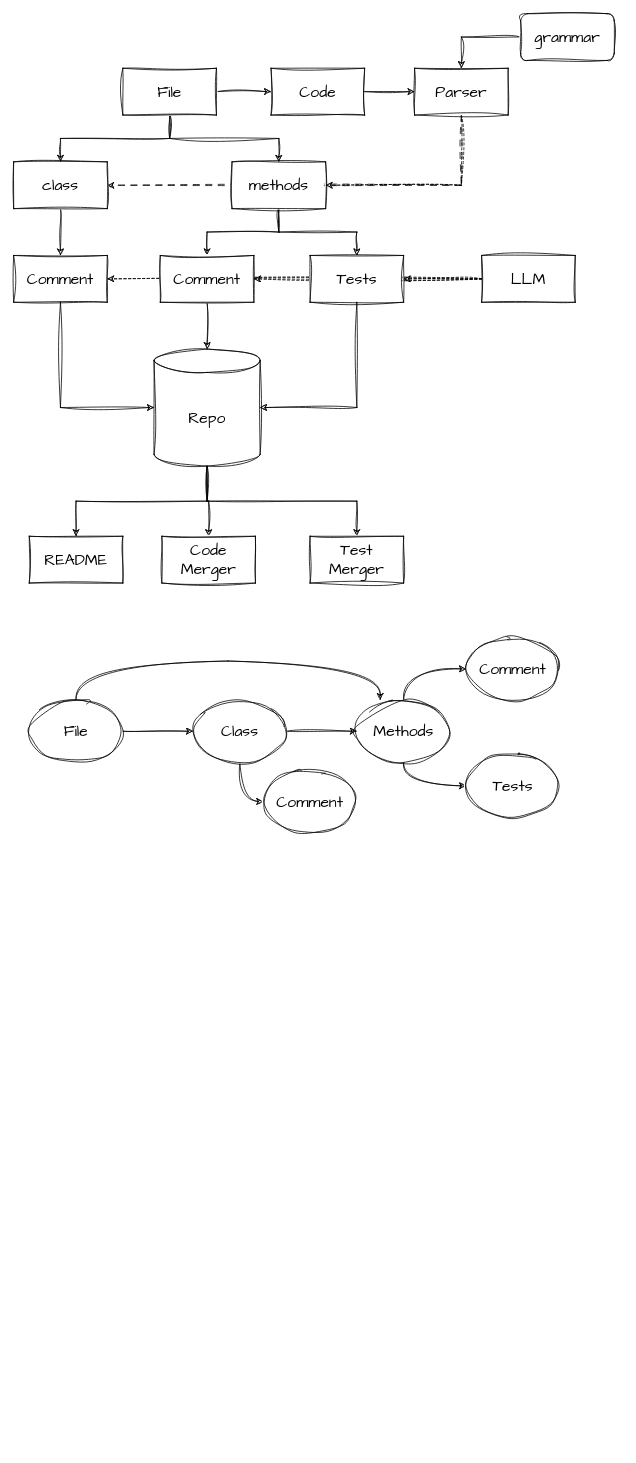
servierhub/prose keeps this draw.io diagram as docs/Prose.drawio. Above is the earlier version. Source tidied: cells renumbered, new cells numbered last; positions are measured from the earlier drawing's top-left corner, leaving out a move shared by most shapes. Both pictures are drawn from the tidied source at 78%, with x=0, y=0 at pixel (13, 13). Pictures stored in the file or linked from it are replaced by grey dashed boxes.
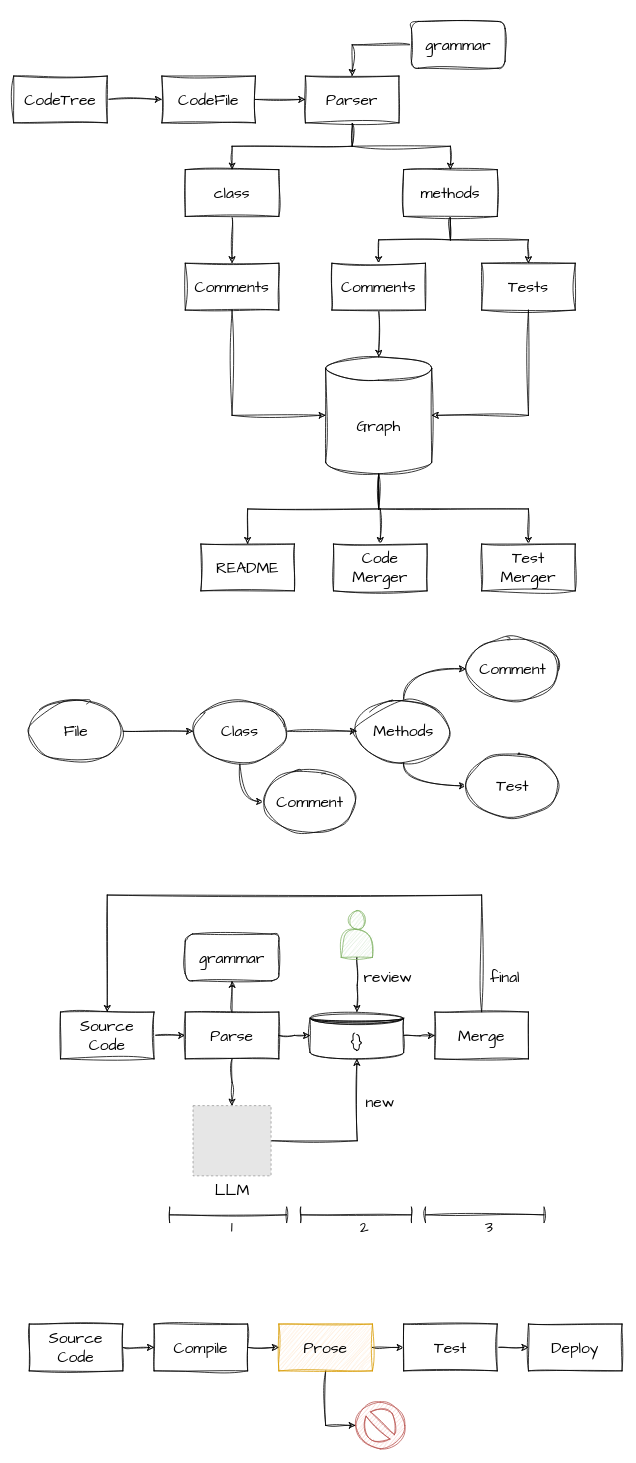
The same page after the edit.

Unchanged cells that the change refers to:
```xml
<mxCell id="28" value="File" style="ellipse;whiteSpace=wrap;html=1;sketch=1;hachureGap=4;jiggle=2;curveFitting=1;fontFamily=Architects Daughter;fontSize=20;" parent="1" vertex="1">
  <mxGeometry x="20" y="880" width="120" height="80" as="geometry" />
</mxCell>
<mxCell id="34" value="Methods" style="ellipse;whiteSpace=wrap;html=1;sketch=1;hachureGap=4;jiggle=2;curveFitting=1;fontFamily=Architects Daughter;fontSize=20;" parent="1" vertex="1">
  <mxGeometry x="440" y="880" width="120" height="80" as="geometry" />
</mxCell>
```

What changed in the source:
```diff
@@
-    <mxCell id="2" style="edgeStyle=orthogonalEdgeStyle;rounded=0;sketch=1;hachureGap=4;jiggle=2;curveFitting=1;jettySize=auto;html=1;fontFamily=Architects Daughter;fontSize=16;exitX=0.5;exitY=1;exitDx=0;exitDy=0;" parent="1" edge="1" source="24" target="44">
+    <mxCell id="2" style="edgeStyle=orthogonalEdgeStyle;rounded=0;sketch=1;hachureGap=4;jiggle=2;curveFitting=1;jettySize=auto;html=1;fontFamily=Architects Daughter;fontSize=16;exitX=0.5;exitY=1;exitDx=0;exitDy=0;" parent="1" edge="1" source="12" target="44">
       <mxGeometry relative="1" as="geometry" />
     </mxCell>
-    <mxCell id="3" value="Code" style="rounded=0;whiteSpace=wrap;html=1;sketch=1;hachureGap=4;jiggle=2;curveFitting=1;fontFamily=Architects Daughter;fontSize=20;" parent="1" vertex="1">
-      <mxGeometry x="330" y="70" width="120" height="60" as="geometry" />
+    <mxCell id="3" value="CodeFile" style="rounded=0;whiteSpace=wrap;html=1;sketch=1;hachureGap=4;jiggle=2;curveFitting=1;fontFamily=Architects Daughter;fontSize=20;" parent="1" vertex="1">
+      <mxGeometry x="190" y="80" width="120" height="60" as="geometry" />
     </mxCell>
@@
+    <mxCell id="44" value="methods" style="rounded=0;whiteSpace=wrap;html=1;sketch=1;hachureGap=4;jiggle=2;curveFitting=1;fontFamily=Architects Daughter;fontSize=20;" parent="1" vertex="1">
+      <mxGeometry x="500" y="200" width="120" height="60" as="geometry" />
+    </mxCell>
@@
+    <mxCell id="45" value="Comments" style="rounded=0;whiteSpace=wrap;html=1;sketch=1;hachureGap=4;jiggle=2;curveFitting=1;fontFamily=Architects Daughter;fontSize=20;" parent="1" vertex="1">
+      <mxGeometry x="408" y="320" width="120" height="60" as="geometry" />
+    </mxCell>
@@
+    <mxCell id="46" value="Tests" style="rounded=0;whiteSpace=wrap;html=1;sketch=1;hachureGap=4;jiggle=2;curveFitting=1;fontFamily=Architects Daughter;fontSize=20;" parent="1" vertex="1">
+      <mxGeometry x="600" y="320" width="120" height="60" as="geometry" />
+    </mxCell>
@@
-    <mxCell id="9" style="edgeStyle=orthogonalEdgeStyle;rounded=0;sketch=1;hachureGap=4;jiggle=2;curveFitting=1;jettySize=auto;html=1;fontFamily=Architects Daughter;fontSize=16;exitX=0.5;exitY=1;exitDx=0;exitDy=0;" parent="1" edge="1" source="24" target="14">
+    <mxCell id="9" style="edgeStyle=orthogonalEdgeStyle;rounded=0;sketch=1;hachureGap=4;jiggle=2;curveFitting=1;jettySize=auto;html=1;fontFamily=Architects Daughter;fontSize=16;exitX=0.5;exitY=1;exitDx=0;exitDy=0;" parent="1" edge="1" source="12" target="14">
       <mxGeometry relative="1" as="geometry" />
     </mxCell>
-    <mxCell id="10" style="edgeStyle=orthogonalEdgeStyle;rounded=0;sketch=1;hachureGap=4;jiggle=2;curveFitting=1;jettySize=auto;html=1;entryX=1;entryY=0.5;entryDx=0;entryDy=0;fontFamily=Architects Daughter;fontSize=16;dashed=1;exitX=0.5;exitY=1;exitDx=0;exitDy=0;" parent="1" edge="1" source="12" target="44">
-      <mxGeometry relative="1" as="geometry">
-        <Array as="points">
-          <mxPoint x="574" y="220" />
-        </Array>
-      </mxGeometry>
-    </mxCell>
-    <mxCell id="11" style="edgeStyle=orthogonalEdgeStyle;rounded=0;sketch=1;hachureGap=4;jiggle=2;curveFitting=1;jettySize=auto;html=1;entryX=1;entryY=0.5;entryDx=0;entryDy=0;fontFamily=Architects Daughter;fontSize=16;exitX=0.5;exitY=1;exitDx=0;exitDy=0;dashed=1;dashPattern=8 8;" parent="1" edge="1" source="12" target="14">
-      <mxGeometry relative="1" as="geometry" />
-    </mxCell>
     <mxCell id="12" value="Parser" style="rounded=0;whiteSpace=wrap;html=1;sketch=1;hachureGap=4;jiggle=2;curveFitting=1;fontFamily=Architects Daughter;fontSize=20;" parent="1" vertex="1">
-      <mxGeometry x="514" y="70" width="120" height="60" as="geometry" />
+      <mxGeometry x="374" y="80" width="120" height="60" as="geometry" />
     </mxCell>
@@
     <mxCell id="14" value="class" style="rounded=0;whiteSpace=wrap;html=1;sketch=1;hachureGap=4;jiggle=2;curveFitting=1;fontFamily=Architects Daughter;fontSize=20;" parent="1" vertex="1">
-      <mxGeometry y="190" width="120" height="60" as="geometry" />
+      <mxGeometry x="220" y="200" width="120" height="60" as="geometry" />
     </mxCell>
@@
-    <mxCell id="16" value="Comment" style="rounded=0;whiteSpace=wrap;html=1;sketch=1;hachureGap=4;jiggle=2;curveFitting=1;fontFamily=Architects Daughter;fontSize=20;" parent="1" vertex="1">
-      <mxGeometry y="310" width="120" height="60" as="geometry" />
+    <mxCell id="16" value="Comments" style="rounded=0;whiteSpace=wrap;html=1;sketch=1;hachureGap=4;jiggle=2;curveFitting=1;fontFamily=Architects Daughter;fontSize=20;" parent="1" vertex="1">
+      <mxGeometry x="220" y="320" width="120" height="60" as="geometry" />
     </mxCell>
@@
-    <mxCell id="20" value="Repo" style="shape=cylinder3;whiteSpace=wrap;html=1;boundedLbl=1;backgroundOutline=1;size=15;sketch=1;hachureGap=4;jiggle=2;curveFitting=1;fontFamily=Architects Daughter;fontSize=20;" parent="1" vertex="1">
-      <mxGeometry x="180" y="430" width="136" height="150" as="geometry" />
+    <mxCell id="20" value="Graph" style="shape=cylinder3;whiteSpace=wrap;html=1;boundedLbl=1;backgroundOutline=1;size=15;sketch=1;hachureGap=4;jiggle=2;curveFitting=1;fontFamily=Architects Daughter;fontSize=20;" parent="1" vertex="1">
+      <mxGeometry x="400" y="440" width="136" height="150" as="geometry" />
     </mxCell>
     <mxCell id="21" value="Code&lt;br&gt;Merger" style="rounded=0;whiteSpace=wrap;html=1;sketch=1;hachureGap=4;jiggle=2;curveFitting=1;fontFamily=Architects Daughter;fontSize=20;" parent="1" vertex="1">
-      <mxGeometry x="190" y="670" width="120" height="60" as="geometry" />
+      <mxGeometry x="410" y="680" width="120" height="60" as="geometry" />
     </mxCell>
     <mxCell id="22" value="Test&lt;br&gt;Merger" style="rounded=0;whiteSpace=wrap;html=1;sketch=1;hachureGap=4;jiggle=2;curveFitting=1;fontFamily=Architects Daughter;fontSize=20;" parent="1" vertex="1">
-      <mxGeometry x="380" y="670" width="120" height="60" as="geometry" />
+      <mxGeometry x="600" y="680" width="120" height="60" as="geometry" />
     </mxCell>
@@
-    <mxCell id="24" value="File" style="rounded=0;whiteSpace=wrap;html=1;sketch=1;hachureGap=4;jiggle=2;curveFitting=1;fontFamily=Architects Daughter;fontSize=20;" parent="1" vertex="1">
-      <mxGeometry x="140" y="70" width="120" height="60" as="geometry" />
+    <mxCell id="24" value="CodeTree" style="rounded=0;whiteSpace=wrap;html=1;sketch=1;hachureGap=4;jiggle=2;curveFitting=1;fontFamily=Architects Daughter;fontSize=20;" parent="1" vertex="1">
+      <mxGeometry y="80" width="120" height="60" as="geometry" />
     </mxCell>
     <mxCell id="25" value="README" style="rounded=0;whiteSpace=wrap;html=1;sketch=1;hachureGap=4;jiggle=2;curveFitting=1;fontFamily=Architects Daughter;fontSize=20;" parent="1" vertex="1">
-      <mxGeometry x="20" y="670" width="120" height="60" as="geometry" />
+      <mxGeometry x="240" y="680" width="120" height="60" as="geometry" />
     </mxCell>
@@
-    <mxCell id="27" style="edgeStyle=orthogonalEdgeStyle;rounded=0;sketch=1;hachureGap=4;jiggle=2;curveFitting=1;jettySize=auto;html=1;entryX=0.25;entryY=0;entryDx=0;entryDy=0;entryPerimeter=0;fontFamily=Architects Daughter;fontSize=16;curved=1;exitX=0.5;exitY=0;exitDx=0;exitDy=0;" parent="1" edge="1" source="28" target="34">
-      <mxGeometry relative="1" as="geometry">
-        <Array as="points">
-          <mxPoint x="80" y="830" />
-          <mxPoint x="470" y="830" />
-        </Array>
-      </mxGeometry>
-    </mxCell>
@@
-    <mxCell id="36" value="Tests" style="ellipse;whiteSpace=wrap;html=1;sketch=1;hachureGap=4;jiggle=2;curveFitting=1;fontFamily=Architects Daughter;fontSize=20;" parent="1" vertex="1">
+    <mxCell id="36" value="Test" style="ellipse;whiteSpace=wrap;html=1;sketch=1;hachureGap=4;jiggle=2;curveFitting=1;fontFamily=Architects Daughter;fontSize=20;" parent="1" vertex="1">
       <mxGeometry x="580" y="950" width="120" height="80" as="geometry" />
     </mxCell>
@@
     <mxCell id="39" value="grammar" style="rounded=1;whiteSpace=wrap;html=1;sketch=1;hachureGap=4;jiggle=2;curveFitting=1;fontFamily=Architects Daughter;fontSize=20;" parent="1" vertex="1">
-      <mxGeometry x="650" width="120" height="60" as="geometry" />
+      <mxGeometry x="510" y="10" width="120" height="60" as="geometry" />
     </mxCell>
-    <mxCell id="40" style="edgeStyle=orthogonalEdgeStyle;rounded=0;sketch=1;hachureGap=4;jiggle=2;curveFitting=1;jettySize=auto;html=1;entryX=1;entryY=0.5;entryDx=0;entryDy=0;fontFamily=Architects Daughter;fontSize=16;dashed=1;" parent="1" edge="1" source="43" target="46">
-      <mxGeometry relative="1" as="geometry" />
-    </mxCell>
-    <mxCell id="41" style="edgeStyle=orthogonalEdgeStyle;rounded=0;sketch=1;hachureGap=4;jiggle=2;curveFitting=1;jettySize=auto;html=1;fontFamily=Architects Daughter;fontSize=16;dashed=1;" parent="1" edge="1" source="43" target="45">
-      <mxGeometry relative="1" as="geometry" />
-    </mxCell>
-    <mxCell id="42" style="edgeStyle=orthogonalEdgeStyle;rounded=0;sketch=1;hachureGap=4;jiggle=2;curveFitting=1;jettySize=auto;html=1;entryX=1;entryY=0.5;entryDx=0;entryDy=0;fontFamily=Architects Daughter;fontSize=16;dashed=1;" parent="1" edge="1" source="43" target="16">
-      <mxGeometry relative="1" as="geometry" />
-    </mxCell>
+    <mxCell id="47" style="edgeStyle=orthogonalEdgeStyle;rounded=0;hachureGap=4;jettySize=auto;html=1;entryX=0;entryY=0.5;entryDx=0;entryDy=0;fontFamily=Architects Daughter;fontSize=16;sketch=1;curveFitting=1;jiggle=2;" parent="1" edge="1" source="48" target="52">
+      <mxGeometry relative="1" as="geometry" />
+    </mxCell>
+    <mxCell id="48" value="Source&lt;br&gt;Code" style="rounded=0;whiteSpace=wrap;html=1;hachureGap=4;fontFamily=Architects Daughter;fontSize=20;sketch=1;curveFitting=1;jiggle=2;" parent="1" vertex="1">
+      <mxGeometry x="60" y="1280" width="120" height="60" as="geometry" />
+    </mxCell>
+    <mxCell id="49" style="edgeStyle=orthogonalEdgeStyle;rounded=0;hachureGap=4;jettySize=auto;html=1;entryX=0;entryY=0.5;entryDx=0;entryDy=0;fontFamily=Architects Daughter;fontSize=16;sketch=1;curveFitting=1;jiggle=2;" parent="1" edge="1" source="52">
+      <mxGeometry relative="1" as="geometry">
+        <mxPoint x="380" y="1310" as="targetPoint" />
+      </mxGeometry>
+    </mxCell>
+    <mxCell id="50" style="edgeStyle=orthogonalEdgeStyle;rounded=0;hachureGap=4;jettySize=auto;html=1;fontFamily=Architects Daughter;fontSize=16;sketch=1;curveFitting=1;jiggle=2;" parent="1" edge="1" source="52">
+      <mxGeometry relative="1" as="geometry">
+        <mxPoint x="280" y="1400" as="targetPoint" />
+      </mxGeometry>
+    </mxCell>
+    <mxCell id="51" style="edgeStyle=orthogonalEdgeStyle;rounded=0;sketch=1;hachureGap=4;jiggle=2;curveFitting=1;jettySize=auto;html=1;entryX=0.5;entryY=1;entryDx=0;entryDy=0;fontFamily=Architects Daughter;fontSize=16;" parent="1" edge="1" source="52" target="69">
+      <mxGeometry relative="1" as="geometry" />
+    </mxCell>
+    <mxCell id="52" value="Parse" style="rounded=0;whiteSpace=wrap;html=1;hachureGap=4;fontFamily=Architects Daughter;fontSize=20;sketch=1;curveFitting=1;jiggle=2;" parent="1" vertex="1">
+      <mxGeometry x="220" y="1280" width="120" height="60" as="geometry" />
+    </mxCell>
+    <mxCell id="53" style="edgeStyle=orthogonalEdgeStyle;rounded=0;hachureGap=4;jettySize=auto;html=1;entryX=0;entryY=0.5;entryDx=0;entryDy=0;fontFamily=Architects Daughter;fontSize=16;sketch=1;curveFitting=1;jiggle=2;" parent="1" edge="1" target="55">
+      <mxGeometry relative="1" as="geometry">
+        <mxPoint x="500" y="1310" as="sourcePoint" />
+      </mxGeometry>
+    </mxCell>
+    <mxCell id="54" style="edgeStyle=orthogonalEdgeStyle;rounded=0;hachureGap=4;jettySize=auto;html=1;entryX=0.5;entryY=0;entryDx=0;entryDy=0;fontFamily=Architects Daughter;fontSize=16;exitX=0.5;exitY=0;exitDx=0;exitDy=0;sketch=1;curveFitting=1;jiggle=2;" parent="1" edge="1" source="55" target="48">
+      <mxGeometry relative="1" as="geometry">
+        <Array as="points">
+          <mxPoint x="600" y="1130" />
+          <mxPoint x="120" y="1130" />
+        </Array>
+      </mxGeometry>
+    </mxCell>
+    <mxCell id="55" value="Merge" style="rounded=0;whiteSpace=wrap;html=1;hachureGap=4;fontFamily=Architects Daughter;fontSize=20;sketch=1;curveFitting=1;jiggle=2;" parent="1" vertex="1">
+      <mxGeometry x="540" y="1280" width="120" height="60" as="geometry" />
+    </mxCell>
+    <mxCell id="56" style="edgeStyle=orthogonalEdgeStyle;rounded=0;hachureGap=4;jettySize=auto;html=1;entryX=0.5;entryY=1;entryDx=0;entryDy=0;fontFamily=Architects Daughter;fontSize=16;sketch=1;curveFitting=1;jiggle=2;exitX=1;exitY=0.5;exitDx=0;exitDy=0;" parent="1" edge="1" source="43">
+      <mxGeometry relative="1" as="geometry">
+        <mxPoint x="440" y="1340" as="targetPoint" />
+      </mxGeometry>
+    </mxCell>
+    <mxCell id="57" style="edgeStyle=orthogonalEdgeStyle;rounded=0;sketch=1;hachureGap=4;jiggle=2;curveFitting=1;jettySize=auto;html=1;entryX=0.5;entryY=0;entryDx=0;entryDy=0;fontFamily=Architects Daughter;fontSize=16;" parent="1" edge="1" target="59">
+      <mxGeometry relative="1" as="geometry">
+        <mxPoint x="440" y="1210" as="sourcePoint" />
+      </mxGeometry>
+    </mxCell>
+    <mxCell id="58" style="shape=actor;whiteSpace=wrap;html=1;sketch=1;hachureGap=4;jiggle=2;curveFitting=1;fontFamily=Architects Daughter;fontSize=20;fillColor=#d5e8d4;strokeColor=#82b366;" parent="1" vertex="1">
+      <mxGeometry x="420" y="1150" width="40" height="60" as="geometry" />
+    </mxCell>
+    <mxCell id="59" value="{}" style="shape=datastore;whiteSpace=wrap;html=1;sketch=1;hachureGap=4;jiggle=2;curveFitting=1;fontFamily=Architects Daughter;fontSize=20;" parent="1" vertex="1">
+      <mxGeometry x="380" y="1280" width="120" height="60" as="geometry" />
+    </mxCell>
-    <mxCell id="43" value="LLM" style="rounded=0;whiteSpace=wrap;html=1;sketch=1;hachureGap=4;jiggle=2;curveFitting=1;fontFamily=Architects Daughter;fontSize=20;" parent="1" vertex="1">
-      <mxGeometry x="600" y="310" width="120" height="60" as="geometry" />
+    <mxCell id="43" value="LLM" style="fillColor=#E6E6E6;strokeColor=#999999;dashed=1;html=1;verticalLabelPosition=bottom;labelBackgroundColor=#ffffff;verticalAlign=top;fontFamily=Architects Daughter;fontSize=20;" parent="1" vertex="1">
+      <mxGeometry x="230" y="1400" width="100" height="90" as="geometry" />
     </mxCell>
-    <mxCell id="44" value="methods" style="rounded=0;whiteSpace=wrap;html=1;sketch=1;hachureGap=4;jiggle=2;curveFitting=1;fontFamily=Architects Daughter;fontSize=20;" parent="1" vertex="1">
-      <mxGeometry x="280" y="190" width="120" height="60" as="geometry" />
-    </mxCell>
-    <mxCell id="45" value="Comment" style="rounded=0;whiteSpace=wrap;html=1;sketch=1;hachureGap=4;jiggle=2;curveFitting=1;fontFamily=Architects Daughter;fontSize=20;" parent="1" vertex="1">
-      <mxGeometry x="188" y="310" width="120" height="60" as="geometry" />
-    </mxCell>
-    <mxCell id="46" value="Tests" style="rounded=0;whiteSpace=wrap;html=1;sketch=1;hachureGap=4;jiggle=2;curveFitting=1;fontFamily=Architects Daughter;fontSize=20;" parent="1" vertex="1">
-      <mxGeometry x="380" y="310" width="120" height="60" as="geometry" />
-    </mxCell>
+    <mxCell id="60" value="new" style="text;html=1;strokeColor=none;fillColor=none;align=center;verticalAlign=middle;whiteSpace=wrap;rounded=0;fontSize=20;fontFamily=Architects Daughter;" parent="1" vertex="1">
+      <mxGeometry x="440" y="1380" width="60" height="30" as="geometry" />
+    </mxCell>
+    <mxCell id="61" value="review" style="text;html=1;strokeColor=none;fillColor=none;align=center;verticalAlign=middle;whiteSpace=wrap;rounded=0;fontSize=20;fontFamily=Architects Daughter;" parent="1" vertex="1">
+      <mxGeometry x="450" y="1220" width="60" height="30" as="geometry" />
+    </mxCell>
+    <mxCell id="62" value="final" style="text;html=1;strokeColor=none;fillColor=none;align=center;verticalAlign=middle;whiteSpace=wrap;rounded=0;fontSize=20;fontFamily=Architects Daughter;" parent="1" vertex="1">
+      <mxGeometry x="600" y="1220" width="60" height="30" as="geometry" />
+    </mxCell>
+    <mxCell id="63" style="shape=crossbar;whiteSpace=wrap;html=1;rounded=1;sketch=1;hachureGap=4;jiggle=2;curveFitting=1;fontFamily=Architects Daughter;fontSize=20;" parent="1" vertex="1">
+      <mxGeometry x="200" y="1530" width="150" height="20" as="geometry" />
+    </mxCell>
+    <mxCell id="64" style="shape=crossbar;whiteSpace=wrap;html=1;rounded=1;sketch=1;hachureGap=4;jiggle=2;curveFitting=1;fontFamily=Architects Daughter;fontSize=20;" parent="1" vertex="1">
+      <mxGeometry x="368" y="1530" width="142" height="20" as="geometry" />
+    </mxCell>
+    <mxCell id="65" style="shape=crossbar;whiteSpace=wrap;html=1;rounded=1;sketch=1;hachureGap=4;jiggle=2;curveFitting=1;fontFamily=Architects Daughter;fontSize=20;" parent="1" vertex="1">
+      <mxGeometry x="528" y="1530" width="152" height="20" as="geometry" />
+    </mxCell>
+    <mxCell id="66" value="1" style="text;html=1;strokeColor=none;fillColor=none;align=center;verticalAlign=middle;whiteSpace=wrap;rounded=0;fontSize=20;fontFamily=Architects Daughter;" parent="1" vertex="1">
+      <mxGeometry x="250" y="1540" width="60" height="30" as="geometry" />
+    </mxCell>
+    <mxCell id="67" value="2" style="text;html=1;strokeColor=none;fillColor=none;align=center;verticalAlign=middle;whiteSpace=wrap;rounded=0;fontSize=20;fontFamily=Architects Daughter;" parent="1" vertex="1">
+      <mxGeometry x="420" y="1540" width="60" height="30" as="geometry" />
+    </mxCell>
+    <mxCell id="68" value="3" style="text;html=1;strokeColor=none;fillColor=none;align=center;verticalAlign=middle;whiteSpace=wrap;rounded=0;fontSize=20;fontFamily=Architects Daughter;" parent="1" vertex="1">
+      <mxGeometry x="580" y="1540" width="60" height="30" as="geometry" />
+    </mxCell>
+    <mxCell id="69" value="grammar" style="rounded=1;whiteSpace=wrap;html=1;sketch=1;hachureGap=4;jiggle=2;curveFitting=1;fontFamily=Architects Daughter;fontSize=20;" parent="1" vertex="1">
+      <mxGeometry x="220" y="1180" width="120" height="60" as="geometry" />
+    </mxCell>
+    <mxCell id="70" style="edgeStyle=orthogonalEdgeStyle;rounded=0;sketch=1;hachureGap=4;jiggle=2;curveFitting=1;jettySize=auto;html=1;entryX=0;entryY=0.5;entryDx=0;entryDy=0;fontFamily=Architects Daughter;fontSize=16;" parent="1" edge="1" source="71" target="73">
+      <mxGeometry relative="1" as="geometry" />
+    </mxCell>
+    <mxCell id="71" value="Source&lt;br&gt;Code" style="rounded=0;whiteSpace=wrap;html=1;hachureGap=4;fontFamily=Architects Daughter;fontSize=20;sketch=1;curveFitting=1;jiggle=2;" parent="1" vertex="1">
+      <mxGeometry x="20" y="1680" width="120" height="60" as="geometry" />
+    </mxCell>
+    <mxCell id="72" style="edgeStyle=orthogonalEdgeStyle;rounded=0;sketch=1;hachureGap=4;jiggle=2;curveFitting=1;jettySize=auto;html=1;entryX=0;entryY=0.5;entryDx=0;entryDy=0;fontFamily=Architects Daughter;fontSize=16;" parent="1" edge="1" source="73" target="76">
+      <mxGeometry relative="1" as="geometry" />
+    </mxCell>
+    <mxCell id="73" value="Compile" style="rounded=0;whiteSpace=wrap;html=1;hachureGap=4;fontFamily=Architects Daughter;fontSize=20;sketch=1;curveFitting=1;jiggle=2;" parent="1" vertex="1">
+      <mxGeometry x="180" y="1680" width="120" height="60" as="geometry" />
+    </mxCell>
+    <mxCell id="74" style="edgeStyle=orthogonalEdgeStyle;rounded=0;sketch=1;hachureGap=4;jiggle=2;curveFitting=1;jettySize=auto;html=1;entryX=0;entryY=0.5;entryDx=0;entryDy=0;fontFamily=Architects Daughter;fontSize=16;" parent="1" edge="1" source="76" target="78">
+      <mxGeometry relative="1" as="geometry" />
+    </mxCell>
+    <mxCell id="75" style="edgeStyle=orthogonalEdgeStyle;rounded=0;sketch=1;hachureGap=4;jiggle=2;curveFitting=1;jettySize=auto;html=1;fontFamily=Architects Daughter;fontSize=16;entryX=0;entryY=0.5;entryDx=0;entryDy=0;entryPerimeter=0;exitX=0.5;exitY=1;exitDx=0;exitDy=0;" parent="1" edge="1" source="76" target="80">
+      <mxGeometry relative="1" as="geometry" />
+    </mxCell>
+    <mxCell id="76" value="Prose" style="rounded=0;whiteSpace=wrap;html=1;hachureGap=4;fontFamily=Architects Daughter;fontSize=20;sketch=1;curveFitting=1;jiggle=2;fillColor=#ffe6cc;strokeColor=#d79b00;" parent="1" vertex="1">
+      <mxGeometry x="340" y="1680" width="120" height="60" as="geometry" />
+    </mxCell>
+    <mxCell id="77" style="edgeStyle=orthogonalEdgeStyle;rounded=0;sketch=1;hachureGap=4;jiggle=2;curveFitting=1;jettySize=auto;html=1;entryX=0;entryY=0.5;entryDx=0;entryDy=0;fontFamily=Architects Daughter;fontSize=16;" parent="1" edge="1" source="78" target="79">
+      <mxGeometry relative="1" as="geometry" />
+    </mxCell>
+    <mxCell id="78" value="Test" style="rounded=0;whiteSpace=wrap;html=1;hachureGap=4;fontFamily=Architects Daughter;fontSize=20;sketch=1;curveFitting=1;jiggle=2;" parent="1" vertex="1">
+      <mxGeometry x="500" y="1680" width="120" height="60" as="geometry" />
+    </mxCell>
+    <mxCell id="79" value="Deploy" style="rounded=0;whiteSpace=wrap;html=1;hachureGap=4;fontFamily=Architects Daughter;fontSize=20;sketch=1;curveFitting=1;jiggle=2;" parent="1" vertex="1">
+      <mxGeometry x="660" y="1680" width="120" height="60" as="geometry" />
+    </mxCell>
+    <mxCell id="80" style="verticalLabelPosition=bottom;verticalAlign=top;html=1;shape=mxgraph.basic.no_symbol;sketch=1;hachureGap=4;jiggle=2;curveFitting=1;fontFamily=Architects Daughter;fontSize=20;fillColor=#f8cecc;strokeColor=#b85450;" parent="1" vertex="1">
+      <mxGeometry x="438.5" y="1780" width="63" height="60" as="geometry" />
+    </mxCell>
```
